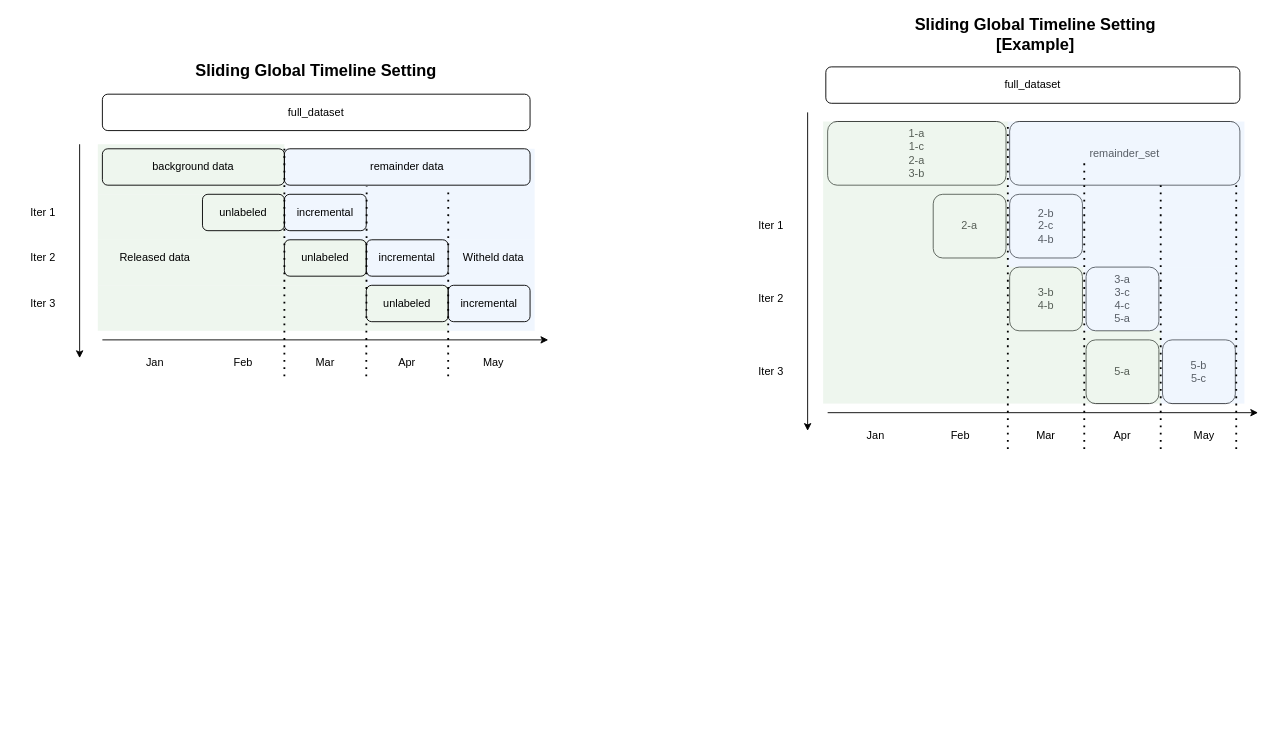
Above: page "data_split_view" (3 of 12) of docs/diagram/sliding_setting_scheme.drawio in HiIAmTzeKean/Streamsight (draw.io), before the change. Source tidied: cells renumbered, new cells numbered last; positions are measured from the earlier drawing's top-left corner, leaving out a move shared by most shapes. Both pictures are drawn from the tidied source at 91%, with x=0, y=0 at pixel (15, 21).
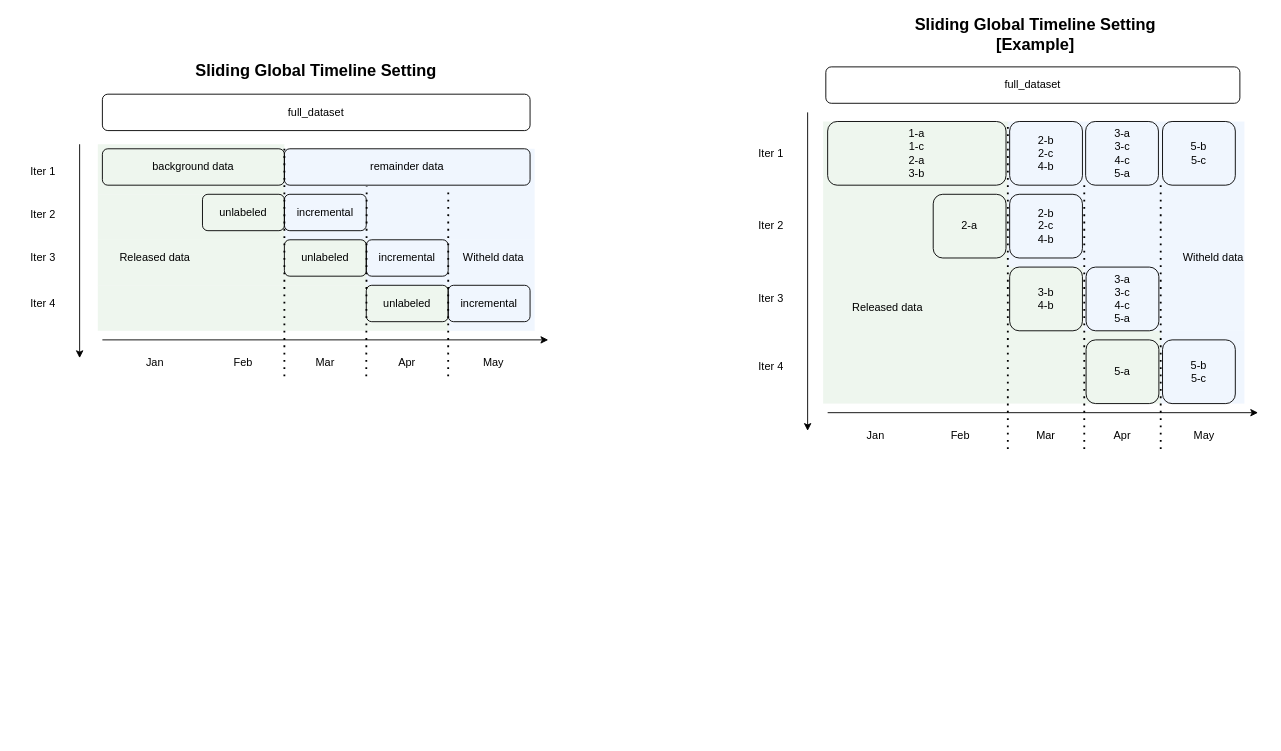
The same page after the edit.

What changed in the source:
```diff
@@
+    <mxCell id="28" style="rounded=0;whiteSpace=wrap;html=1;strokeColor=none;fillColor=#d5e8d4;opacity=40;" parent="1" vertex="1">
+      <mxGeometry x="1090" y="270" width="83" height="150" as="geometry" />
+    </mxCell>
+    <mxCell id="32" style="rounded=0;whiteSpace=wrap;html=1;strokeColor=none;fillColor=#d5e8d4;opacity=40;" parent="1" vertex="1">
+      <mxGeometry x="1173" y="340" width="85" height="80" as="geometry" />
+    </mxCell>
+    <mxCell id="31" style="rounded=0;whiteSpace=wrap;html=1;strokeColor=none;fillColor=#dae8fc;gradientColor=none;opacity=40;" parent="1" vertex="1">
+      <mxGeometry x="1258" y="340" width="92" height="80" as="geometry" />
+    </mxCell>
+    <mxCell id="30" style="rounded=0;whiteSpace=wrap;html=1;strokeColor=none;fillColor=#dae8fc;gradientColor=none;opacity=40;" parent="1" vertex="1">
+      <mxGeometry x="1174" y="270" width="176" height="70" as="geometry" />
+    </mxCell>
+    <mxCell id="29" style="rounded=0;whiteSpace=wrap;html=1;strokeColor=none;fillColor=#dae8fc;gradientColor=none;opacity=40;" parent="1" vertex="1">
+      <mxGeometry x="1090" y="110" width="260" height="160" as="geometry" />
+    </mxCell>
+    <mxCell id="27" style="rounded=0;whiteSpace=wrap;html=1;strokeColor=none;fillColor=#d5e8d4;opacity=40;" parent="1" vertex="1">
+      <mxGeometry x="887" y="110" width="203" height="310" as="geometry" />
+    </mxCell>
@@
-    <mxCell id="19" value="remainder_set" style="rounded=1;whiteSpace=wrap;html=1;" parent="1" vertex="1">
-      <mxGeometry x="1092" y="110" width="253" height="70" as="geometry" />
-    </mxCell>
-    <mxCell id="20" value="1-a&lt;div&gt;1-c&lt;br&gt;&lt;div&gt;&lt;div&gt;2-a&lt;/div&gt;&lt;/div&gt;&lt;div&gt;3-b&lt;/div&gt;&lt;/div&gt;" style="rounded=1;whiteSpace=wrap;html=1;" parent="1" vertex="1">
+    <mxCell id="20" value="1-a&lt;div&gt;1-c&lt;br&gt;&lt;div&gt;&lt;div&gt;2-a&lt;/div&gt;&lt;/div&gt;&lt;div&gt;3-b&lt;/div&gt;&lt;/div&gt;" style="rounded=1;whiteSpace=wrap;html=1;fillColor=none;" parent="1" vertex="1">
       <mxGeometry x="892" y="110" width="196" height="70" as="geometry" />
     </mxCell>
-    <mxCell id="21" value="2-b&lt;div&gt;2-c&lt;br&gt;&lt;div&gt;4-b&lt;/div&gt;&lt;/div&gt;" style="rounded=1;whiteSpace=wrap;html=1;" parent="1" vertex="1">
+    <mxCell id="21" value="2-b&lt;div&gt;2-c&lt;br&gt;&lt;div&gt;4-b&lt;/div&gt;&lt;/div&gt;" style="rounded=1;whiteSpace=wrap;html=1;fillColor=none;" parent="1" vertex="1">
       <mxGeometry x="1092" y="190" width="80" height="70" as="geometry" />
     </mxCell>
-    <mxCell id="22" value="2-a" style="rounded=1;whiteSpace=wrap;html=1;" parent="1" vertex="1">
+    <mxCell id="22" value="2-a" style="rounded=1;whiteSpace=wrap;html=1;fillColor=none;" parent="1" vertex="1">
       <mxGeometry x="1008" y="190" width="80" height="70" as="geometry" />
     </mxCell>
-    <mxCell id="23" value="3-a&lt;div&gt;3-c&lt;br&gt;&lt;div&gt;4-c&lt;/div&gt;&lt;div&gt;5-a&lt;/div&gt;&lt;/div&gt;" style="rounded=1;whiteSpace=wrap;html=1;" parent="1" vertex="1">
+    <mxCell id="23" value="3-a&lt;div&gt;3-c&lt;br&gt;&lt;div&gt;4-c&lt;/div&gt;&lt;div&gt;5-a&lt;/div&gt;&lt;/div&gt;" style="rounded=1;whiteSpace=wrap;html=1;fillColor=none;" parent="1" vertex="1">
       <mxGeometry x="1176" y="270" width="80" height="70" as="geometry" />
     </mxCell>
-    <mxCell id="24" value="3-b&lt;div&gt;&lt;div&gt;4-b&lt;/div&gt;&lt;/div&gt;" style="rounded=1;whiteSpace=wrap;html=1;" parent="1" vertex="1">
+    <mxCell id="24" value="3-b&lt;div&gt;&lt;div&gt;4-b&lt;/div&gt;&lt;/div&gt;" style="rounded=1;whiteSpace=wrap;html=1;fillColor=none;" parent="1" vertex="1">
       <mxGeometry x="1092" y="270" width="80" height="70" as="geometry" />
     </mxCell>
-    <mxCell id="25" value="5-b&lt;div&gt;5-c&lt;/div&gt;" style="rounded=1;whiteSpace=wrap;html=1;" parent="1" vertex="1">
+    <mxCell id="25" value="5-b&lt;div&gt;5-c&lt;/div&gt;" style="rounded=1;whiteSpace=wrap;html=1;fillColor=none;" parent="1" vertex="1">
       <mxGeometry x="1260" y="350" width="80" height="70" as="geometry" />
     </mxCell>
-    <mxCell id="26" value="5-a" style="rounded=1;whiteSpace=wrap;html=1;" parent="1" vertex="1">
+    <mxCell id="26" value="5-a" style="rounded=1;whiteSpace=wrap;html=1;fillColor=none;" parent="1" vertex="1">
       <mxGeometry x="1176" y="350" width="80" height="70" as="geometry" />
     </mxCell>
-    <mxCell id="27" style="rounded=0;whiteSpace=wrap;html=1;strokeColor=none;fillColor=#d5e8d4;opacity=40;" parent="1" vertex="1">
-      <mxGeometry x="887" y="110" width="203" height="310" as="geometry" />
-    </mxCell>
-    <mxCell id="28" style="rounded=0;whiteSpace=wrap;html=1;strokeColor=none;fillColor=#d5e8d4;opacity=40;" parent="1" vertex="1">
-      <mxGeometry x="1090" y="270" width="83" height="150" as="geometry" />
-    </mxCell>
-    <mxCell id="29" style="rounded=0;whiteSpace=wrap;html=1;strokeColor=none;fillColor=#dae8fc;gradientColor=none;opacity=40;" parent="1" vertex="1">
-      <mxGeometry x="1090" y="110" width="260" height="160" as="geometry" />
-    </mxCell>
-    <mxCell id="30" style="rounded=0;whiteSpace=wrap;html=1;strokeColor=none;fillColor=#dae8fc;gradientColor=none;opacity=40;" parent="1" vertex="1">
-      <mxGeometry x="1174" y="270" width="176" height="70" as="geometry" />
-    </mxCell>
-    <mxCell id="31" style="rounded=0;whiteSpace=wrap;html=1;strokeColor=none;fillColor=#dae8fc;gradientColor=none;opacity=40;" parent="1" vertex="1">
-      <mxGeometry x="1258" y="340" width="92" height="80" as="geometry" />
-    </mxCell>
-    <mxCell id="32" style="rounded=0;whiteSpace=wrap;html=1;strokeColor=none;fillColor=#d5e8d4;opacity=40;" parent="1" vertex="1">
-      <mxGeometry x="1173" y="340" width="85" height="80" as="geometry" />
-    </mxCell>
     <mxCell id="33" style="endArrow=none;dashed=1;html=1;dashPattern=1 3;strokeWidth=2;rounded=0;" parent="1" edge="1">
       <mxGeometry relative="1" as="geometry">
         <mxPoint x="1174" y="470" as="sourcePoint" />
-        <mxPoint x="1174" y="150" as="targetPoint" />
+        <mxPoint x="1174" y="180" as="targetPoint" />
       </mxGeometry>
     </mxCell>
@@
-    <mxCell id="54" style="endArrow=none;dashed=1;html=1;dashPattern=1 3;strokeWidth=2;rounded=0;" parent="1" edge="1">
-      <mxGeometry relative="1" as="geometry">
-        <mxPoint x="1341" y="470" as="sourcePoint" />
-        <mxPoint x="1341" y="180" as="targetPoint" />
-      </mxGeometry>
-    </mxCell>
@@
     <mxCell id="57" value="Iter 1" style="text;html=1;align=center;verticalAlign=middle;whiteSpace=wrap;rounded=0;" parent="1" vertex="1">
-      <mxGeometry x="800" y="210" width="60" height="30" as="geometry" />
+      <mxGeometry x="800" y="130" width="60" height="30" as="geometry" />
     </mxCell>
     <mxCell id="58" value="Iter 2" style="text;html=1;align=center;verticalAlign=middle;whiteSpace=wrap;rounded=0;" parent="1" vertex="1">
-      <mxGeometry x="800" y="290" width="60" height="30" as="geometry" />
+      <mxGeometry x="800" y="210" width="60" height="30" as="geometry" />
     </mxCell>
     <mxCell id="59" value="Iter 3" style="text;html=1;align=center;verticalAlign=middle;whiteSpace=wrap;rounded=0;" parent="1" vertex="1">
-      <mxGeometry x="800" y="370" width="60" height="30" as="geometry" />
+      <mxGeometry x="800" y="290" width="60" height="30" as="geometry" />
     </mxCell>
@@
     <mxCell id="61" value="Iter 1" style="text;html=1;align=center;verticalAlign=middle;whiteSpace=wrap;rounded=0;" parent="1" vertex="1">
-      <mxGeometry y="195" width="60" height="30" as="geometry" />
+      <mxGeometry y="150" width="60" height="30" as="geometry" />
     </mxCell>
     <mxCell id="62" value="Iter 2" style="text;html=1;align=center;verticalAlign=middle;whiteSpace=wrap;rounded=0;" parent="1" vertex="1">
-      <mxGeometry y="245" width="60" height="30" as="geometry" />
+      <mxGeometry y="198" width="60" height="30" as="geometry" />
     </mxCell>
     <mxCell id="63" value="Iter 3" style="text;html=1;align=center;verticalAlign=middle;whiteSpace=wrap;rounded=0;" parent="1" vertex="1">
-      <mxGeometry y="295" width="60" height="30" as="geometry" />
+      <mxGeometry y="245" width="60" height="30" as="geometry" />
     </mxCell>
     <mxCell id="64" style="group;" parent="1" vertex="1">
-      <mxGeometry y="26" width="600" height="374" as="geometry" />
+      <mxGeometry x="50" y="410" width="600" height="374" as="geometry" />
     </mxCell>
@@
+    <mxCell id="66" value="2-b&lt;div&gt;2-c&lt;br&gt;&lt;div&gt;4-b&lt;/div&gt;&lt;/div&gt;" style="rounded=1;whiteSpace=wrap;html=1;fillColor=none;" parent="1" vertex="1">
+      <mxGeometry x="1092" y="110" width="80" height="70" as="geometry" />
+    </mxCell>
+    <mxCell id="67" value="3-a&lt;div&gt;3-c&lt;br&gt;&lt;div&gt;4-c&lt;/div&gt;&lt;div&gt;5-a&lt;/div&gt;&lt;/div&gt;" style="rounded=1;whiteSpace=wrap;html=1;fillColor=none;" parent="1" vertex="1">
+      <mxGeometry x="1175.5" y="110" width="80" height="70" as="geometry" />
+    </mxCell>
+    <mxCell id="68" value="5-b&lt;div&gt;5-c&lt;/div&gt;" style="rounded=1;whiteSpace=wrap;html=1;fillColor=none;" parent="1" vertex="1">
+      <mxGeometry x="1260" y="110" width="80" height="70" as="geometry" />
+    </mxCell>
+    <mxCell id="69" value="Released data" style="text;html=1;align=center;verticalAlign=middle;whiteSpace=wrap;rounded=0;" parent="1" vertex="1">
+      <mxGeometry x="908" y="300" width="100" height="30" as="geometry" />
+    </mxCell>
+    <mxCell id="70" value="Iter 4" style="text;html=1;align=center;verticalAlign=middle;whiteSpace=wrap;rounded=0;" parent="1" vertex="1">
+      <mxGeometry y="295" width="60" height="30" as="geometry" />
+    </mxCell>
+    <mxCell id="71" value="Iter 4" style="text;html=1;align=center;verticalAlign=middle;whiteSpace=wrap;rounded=0;" parent="1" vertex="1">
+      <mxGeometry x="800" y="365" width="60" height="30" as="geometry" />
+    </mxCell>
+    <mxCell id="72" value="Witheld data" style="text;html=1;align=center;verticalAlign=middle;whiteSpace=wrap;rounded=0;" parent="1" vertex="1">
+      <mxGeometry x="1265.5" y="245" width="100" height="30" as="geometry" />
+    </mxCell>
```
